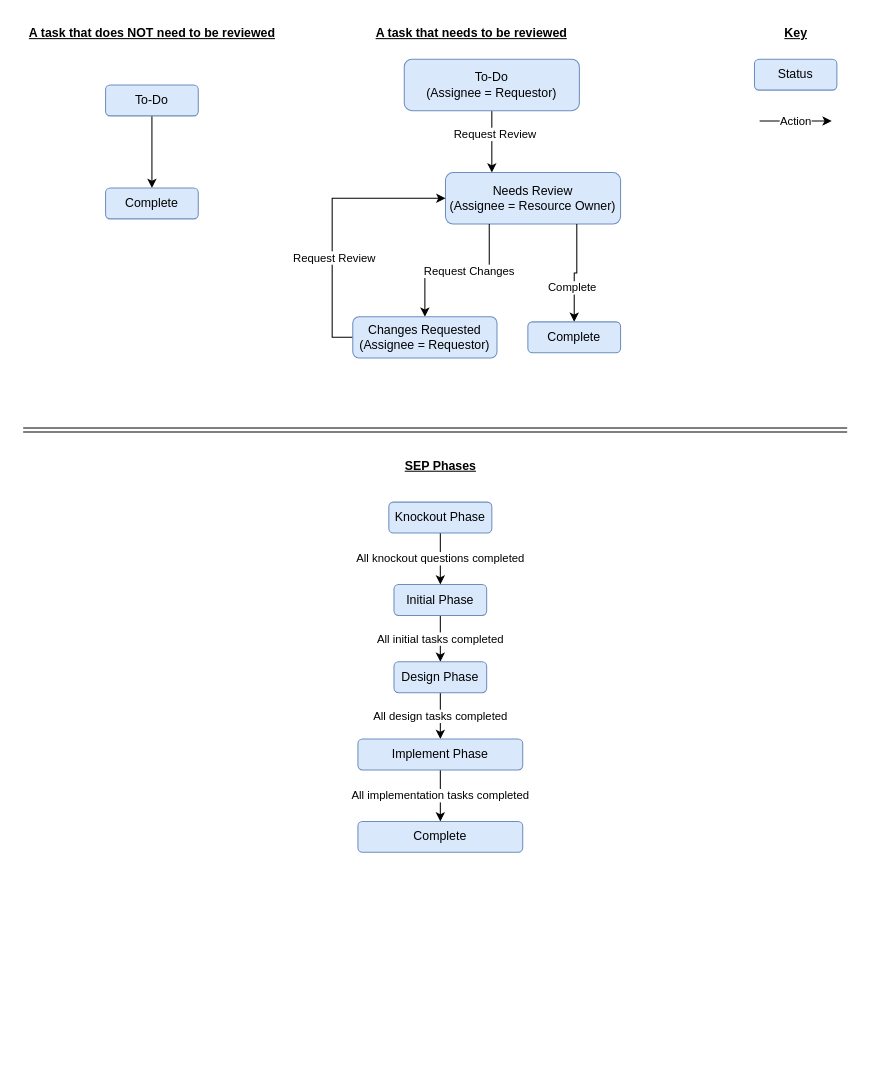
Earlier version of the draw.io diagram docs/task-status.drawio.xml (BitCoyote/Solution-Enablement-Process). Source tidied: cells renumbered, new cells numbered last; positions are measured from the earlier drawing's top-left corner, leaving out a move shared by most shapes. Both pictures are drawn from the tidied source at 103%, with x=0, y=0 at pixel (18, 18).
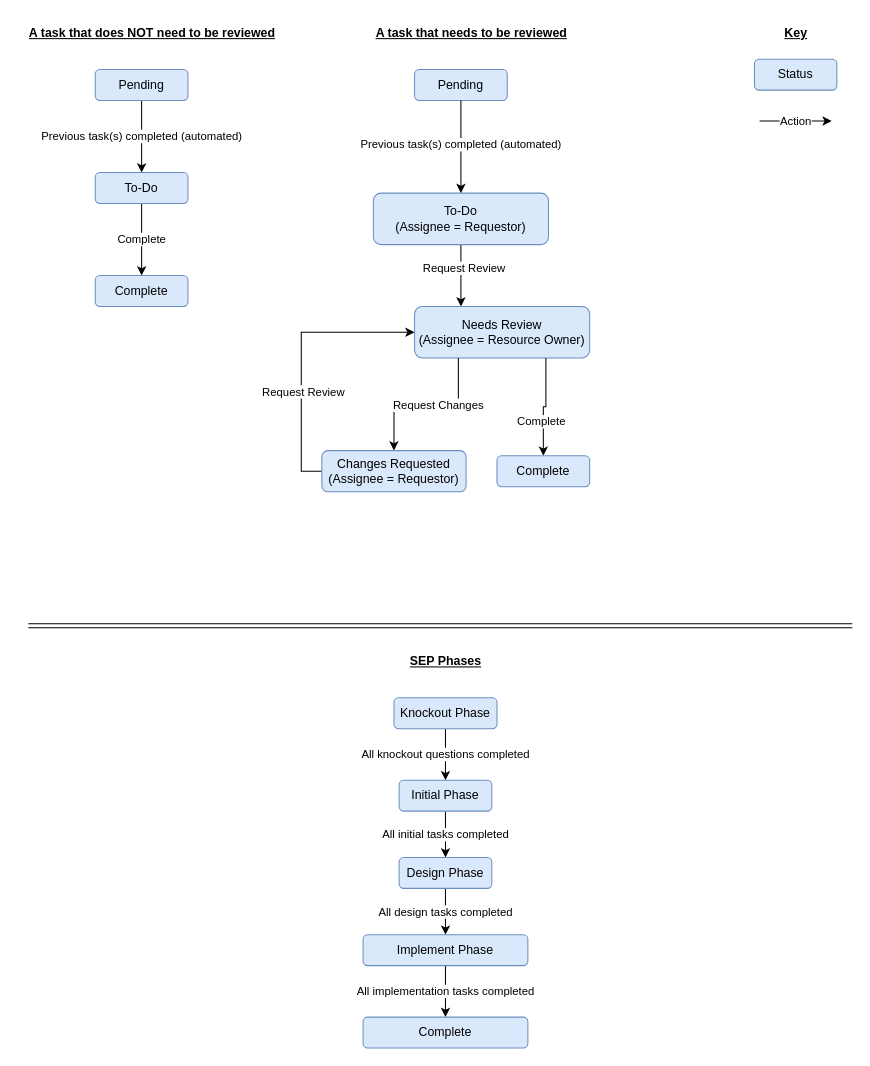
The same page after the edit.

What changed in the source:
```diff
@@
     <mxCell id="2" style="edgeStyle=orthogonalEdgeStyle;rounded=0;jettySize=auto;html=1;" parent="1" edge="1" source="4" target="5">
       <mxGeometry relative="1" as="geometry">
         <Array as="points">
-          <mxPoint x="460" y="110" />
-          <mxPoint x="460" y="110" />
+          <mxPoint x="430" y="240" />
+          <mxPoint x="430" y="240" />
         </Array>
       </mxGeometry>
     </mxCell>
@@
     <mxCell id="4" value="To-Do&lt;br&gt;(Assignee = Requestor)" style="rounded=1;whiteSpace=wrap;html=1;fillColor=#dae8fc;strokeColor=#6c8ebf;" parent="1" vertex="1">
-      <mxGeometry x="375" y="40" width="170" height="50" as="geometry" />
+      <mxGeometry x="345" y="170" width="170" height="50" as="geometry" />
     </mxCell>
     <mxCell id="5" value="Needs Review&lt;br&gt;(Assignee = Resource Owner)" style="rounded=1;whiteSpace=wrap;html=1;fillColor=#dae8fc;strokeColor=#6c8ebf;" parent="1" vertex="1">
-      <mxGeometry x="415" y="150" width="170" height="50" as="geometry" />
+      <mxGeometry x="385" y="280" width="170" height="50" as="geometry" />
     </mxCell>
@@
     <mxCell id="12" value="Changes Requested&lt;br&gt;(Assignee = Requestor)" style="rounded=1;whiteSpace=wrap;html=1;fillColor=#dae8fc;strokeColor=#6c8ebf;" parent="1" vertex="1">
-      <mxGeometry x="325" y="290" width="140" height="40" as="geometry" />
+      <mxGeometry x="295" y="420" width="140" height="40" as="geometry" />
     </mxCell>
     <mxCell id="13" value="Complete" style="rounded=1;whiteSpace=wrap;html=1;fillColor=#dae8fc;strokeColor=#6c8ebf;" parent="1" vertex="1">
-      <mxGeometry x="495" y="295" width="90" height="30" as="geometry" />
+      <mxGeometry x="465" y="425" width="90" height="30" as="geometry" />
     </mxCell>
@@
-    <mxCell id="18" style="edgeStyle=orthogonalEdgeStyle;rounded=0;jettySize=auto;html=1;" parent="1" edge="1" source="19" target="20">
+    <mxCell id="18" value="Complete" style="edgeStyle=orthogonalEdgeStyle;rounded=0;jettySize=auto;html=1;" parent="1" edge="1" source="19" target="20">
       <mxGeometry relative="1" as="geometry" />
     </mxCell>
     <mxCell id="19" value="To-Do" style="rounded=1;whiteSpace=wrap;html=1;fillColor=#dae8fc;strokeColor=#6c8ebf;" parent="1" vertex="1">
-      <mxGeometry x="85" y="65" width="90" height="30" as="geometry" />
+      <mxGeometry x="75" y="150" width="90" height="30" as="geometry" />
     </mxCell>
     <mxCell id="20" value="Complete" style="rounded=1;whiteSpace=wrap;html=1;fillColor=#dae8fc;strokeColor=#6c8ebf;" parent="1" vertex="1">
-      <mxGeometry x="85" y="165" width="90" height="30" as="geometry" />
+      <mxGeometry x="75" y="250" width="90" height="30" as="geometry" />
     </mxCell>
@@
     <mxCell id="22" value="SEP Phases" style="text;html=1;align=center;verticalAlign=middle;strokeColor=none;fillColor=none;fontStyle=5;" parent="1" vertex="1">
-      <mxGeometry x="365" y="420" width="90" height="30" as="geometry" />
+      <mxGeometry x="370" y="610" width="90" height="30" as="geometry" />
     </mxCell>
@@
     <mxCell id="24" value="Initial Phase" style="rounded=1;whiteSpace=wrap;html=1;fillColor=#dae8fc;strokeColor=#6c8ebf;" parent="1" vertex="1">
-      <mxGeometry x="365" y="550" width="90" height="30" as="geometry" />
+      <mxGeometry x="370" y="740" width="90" height="30" as="geometry" />
     </mxCell>
@@
     <mxCell id="26" value="Design Phase" style="rounded=1;whiteSpace=wrap;html=1;fillColor=#dae8fc;strokeColor=#6c8ebf;" parent="1" vertex="1">
-      <mxGeometry x="365" y="625" width="90" height="30" as="geometry" />
+      <mxGeometry x="370" y="815" width="90" height="30" as="geometry" />
     </mxCell>
@@
     <mxCell id="28" value="Implement Phase" style="rounded=1;whiteSpace=wrap;html=1;fillColor=#dae8fc;strokeColor=#6c8ebf;" parent="1" vertex="1">
-      <mxGeometry x="330" y="700" width="160" height="30" as="geometry" />
+      <mxGeometry x="335" y="890" width="160" height="30" as="geometry" />
     </mxCell>
     <mxCell id="29" value="Complete" style="rounded=1;whiteSpace=wrap;html=1;fillColor=#dae8fc;strokeColor=#6c8ebf;" parent="1" vertex="1">
-      <mxGeometry x="330" y="780" width="160" height="30" as="geometry" />
+      <mxGeometry x="335" y="970" width="160" height="30" as="geometry" />
     </mxCell>
     <mxCell id="30" style="shape=link;html=1;rounded=0;" parent="1" edge="1">
       <mxGeometry relative="1" as="geometry">
-        <mxPoint x="5" y="400" as="sourcePoint" />
-        <mxPoint x="805" y="400" as="targetPoint" />
+        <mxPoint x="10" y="590" as="sourcePoint" />
+        <mxPoint x="810" y="590" as="targetPoint" />
       </mxGeometry>
     </mxCell>
@@
     <mxCell id="32" value="Knockout Phase" style="rounded=1;whiteSpace=wrap;html=1;fillColor=#dae8fc;strokeColor=#6c8ebf;" parent="1" vertex="1">
-      <mxGeometry x="360" y="470" width="100" height="30" as="geometry" />
+      <mxGeometry x="365" y="660" width="100" height="30" as="geometry" />
     </mxCell>
+    <mxCell id="33" value="Previous task(s) completed (automated)" style="edgeStyle=orthogonalEdgeStyle;rounded=0;jettySize=auto;html=1;" parent="1" edge="1" source="34" target="19">
+      <mxGeometry relative="1" as="geometry" />
+    </mxCell>
+    <mxCell id="34" value="Pending" style="rounded=1;whiteSpace=wrap;html=1;fillColor=#dae8fc;strokeColor=#6c8ebf;" parent="1" vertex="1">
+      <mxGeometry x="75" y="50" width="90" height="30" as="geometry" />
+    </mxCell>
+    <mxCell id="35" value="Pending" style="rounded=1;whiteSpace=wrap;html=1;fillColor=#dae8fc;strokeColor=#6c8ebf;" parent="1" vertex="1">
+      <mxGeometry x="385" y="50" width="90" height="30" as="geometry" />
+    </mxCell>
+    <mxCell id="36" value="Previous task(s) completed (automated)" style="edgeStyle=orthogonalEdgeStyle;rounded=0;jettySize=auto;html=1;entryX=0.5;entryY=0;entryDx=0;entryDy=0;exitX=0.5;exitY=1;exitDx=0;exitDy=0;" parent="1" edge="1" source="35" target="4">
+      <mxGeometry x="-0.05" relative="1" as="geometry" />
+    </mxCell>
```
